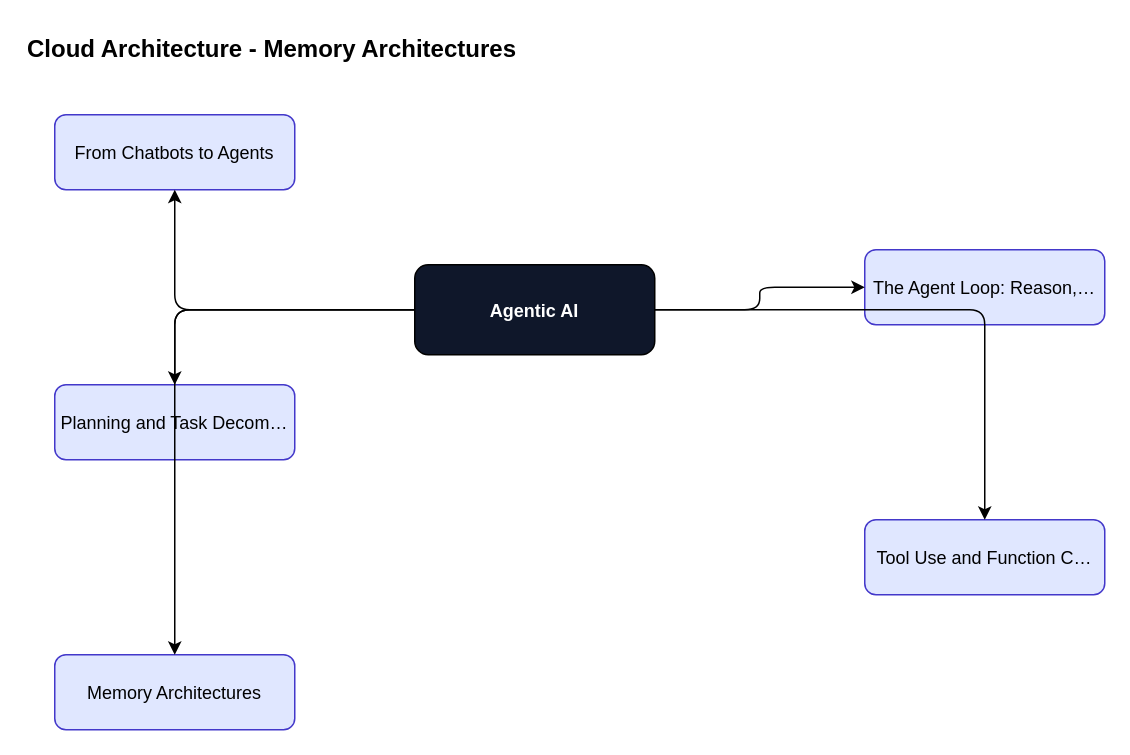
This is content/agentic-ai/agentic-ai-foundations/diagrams/fig-006-cloud-architecture.drawio from ankit05121980/AI-University, a draw.io file, before an edit. Source tidied: cells renumbered, new cells numbered last; positions are measured from the earlier drawing's top-left corner, leaving out a move shared by most shapes. Both pictures are drawn from the tidied source at 150%, with x=0, y=0 at pixel (24, 24).
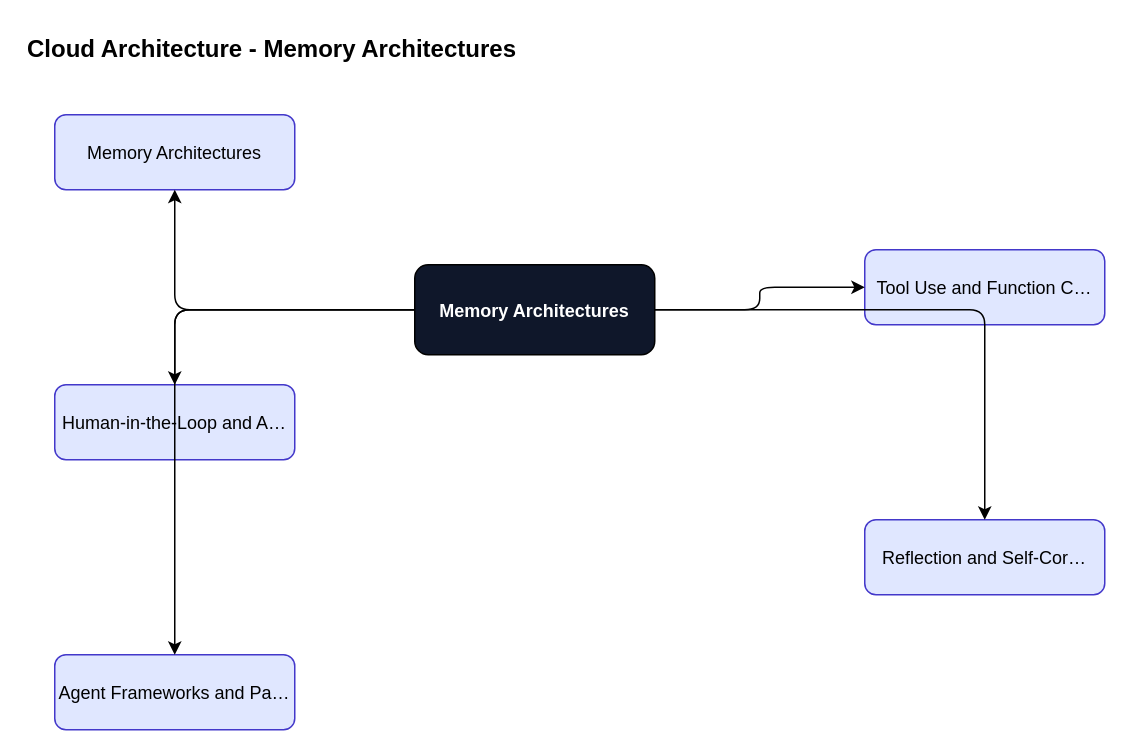
The same diagram, later.

The edit, as a diff of the source:
```diff
@@
 <mxGraphModel>
   <root>
     <mxCell id="0" />
     <mxCell id="1" parent="0" />
     <mxCell id="2" value="Cloud Architecture - Memory Architectures" style="text;fontSize=16;fontStyle=1;" parent="1" vertex="1">
       <mxGeometry width="600" height="30" as="geometry" />
     </mxCell>
-    <mxCell id="3" value="Agentic AI" style="rounded=1;fillColor=#0f172a;fontColor=#ffffff;fontStyle=1;" parent="1" vertex="1">
+    <mxCell id="3" value="Memory Architectures" style="rounded=1;fillColor=#0f172a;fontColor=#ffffff;fontStyle=1;" parent="1" vertex="1">
       <mxGeometry x="260" y="160" width="160" height="60" as="geometry" />
     </mxCell>
-    <mxCell id="4" value="From Chatbots to Agents" style="rounded=1;fillColor=#e0e7ff;strokeColor=#4338ca;" parent="1" vertex="1">
+    <mxCell id="4" value="Memory Architectures" style="rounded=1;fillColor=#e0e7ff;strokeColor=#4338ca;" parent="1" vertex="1">
       <mxGeometry x="20" y="60" width="160" height="50" as="geometry" />
     </mxCell>
     <mxCell id="5" style="edgeStyle=orthogonalEdgeStyle;" parent="1" edge="1" source="3" target="4">
       <mxGeometry relative="1" as="geometry" />
     </mxCell>
-    <mxCell id="6" value="The Agent Loop: Reason,…" style="rounded=1;fillColor=#e0e7ff;strokeColor=#4338ca;" parent="1" vertex="1">
+    <mxCell id="6" value="Tool Use and Function C…" style="rounded=1;fillColor=#e0e7ff;strokeColor=#4338ca;" parent="1" vertex="1">
       <mxGeometry x="560" y="150" width="160" height="50" as="geometry" />
     </mxCell>
     <mxCell id="7" style="edgeStyle=orthogonalEdgeStyle;" parent="1" edge="1" source="3" target="6">
       <mxGeometry relative="1" as="geometry" />
     </mxCell>
-    <mxCell id="8" value="Planning and Task Decom…" style="rounded=1;fillColor=#e0e7ff;strokeColor=#4338ca;" parent="1" vertex="1">
+    <mxCell id="8" value="Human-in-the-Loop and A…" style="rounded=1;fillColor=#e0e7ff;strokeColor=#4338ca;" parent="1" vertex="1">
       <mxGeometry x="20" y="240" width="160" height="50" as="geometry" />
     </mxCell>
     <mxCell id="9" style="edgeStyle=orthogonalEdgeStyle;" parent="1" edge="1" source="3" target="8">
       <mxGeometry relative="1" as="geometry" />
     </mxCell>
-    <mxCell id="10" value="Tool Use and Function C…" style="rounded=1;fillColor=#e0e7ff;strokeColor=#4338ca;" parent="1" vertex="1">
+    <mxCell id="10" value="Reflection and Self-Cor…" style="rounded=1;fillColor=#e0e7ff;strokeColor=#4338ca;" parent="1" vertex="1">
       <mxGeometry x="560" y="330" width="160" height="50" as="geometry" />
     </mxCell>
     <mxCell id="11" style="edgeStyle=orthogonalEdgeStyle;" parent="1" edge="1" source="3" target="10">
       <mxGeometry relative="1" as="geometry" />
     </mxCell>
-    <mxCell id="12" value="Memory Architectures" style="rounded=1;fillColor=#e0e7ff;strokeColor=#4338ca;" parent="1" vertex="1">
+    <mxCell id="12" value="Agent Frameworks and Pa…" style="rounded=1;fillColor=#e0e7ff;strokeColor=#4338ca;" parent="1" vertex="1">
       <mxGeometry x="20" y="420" width="160" height="50" as="geometry" />
     </mxCell>
     <mxCell id="13" style="edgeStyle=orthogonalEdgeStyle;" parent="1" edge="1" source="3" target="12">
       <mxGeometry relative="1" as="geometry" />
     </mxCell>
   </root>
 </mxGraphModel>
```
